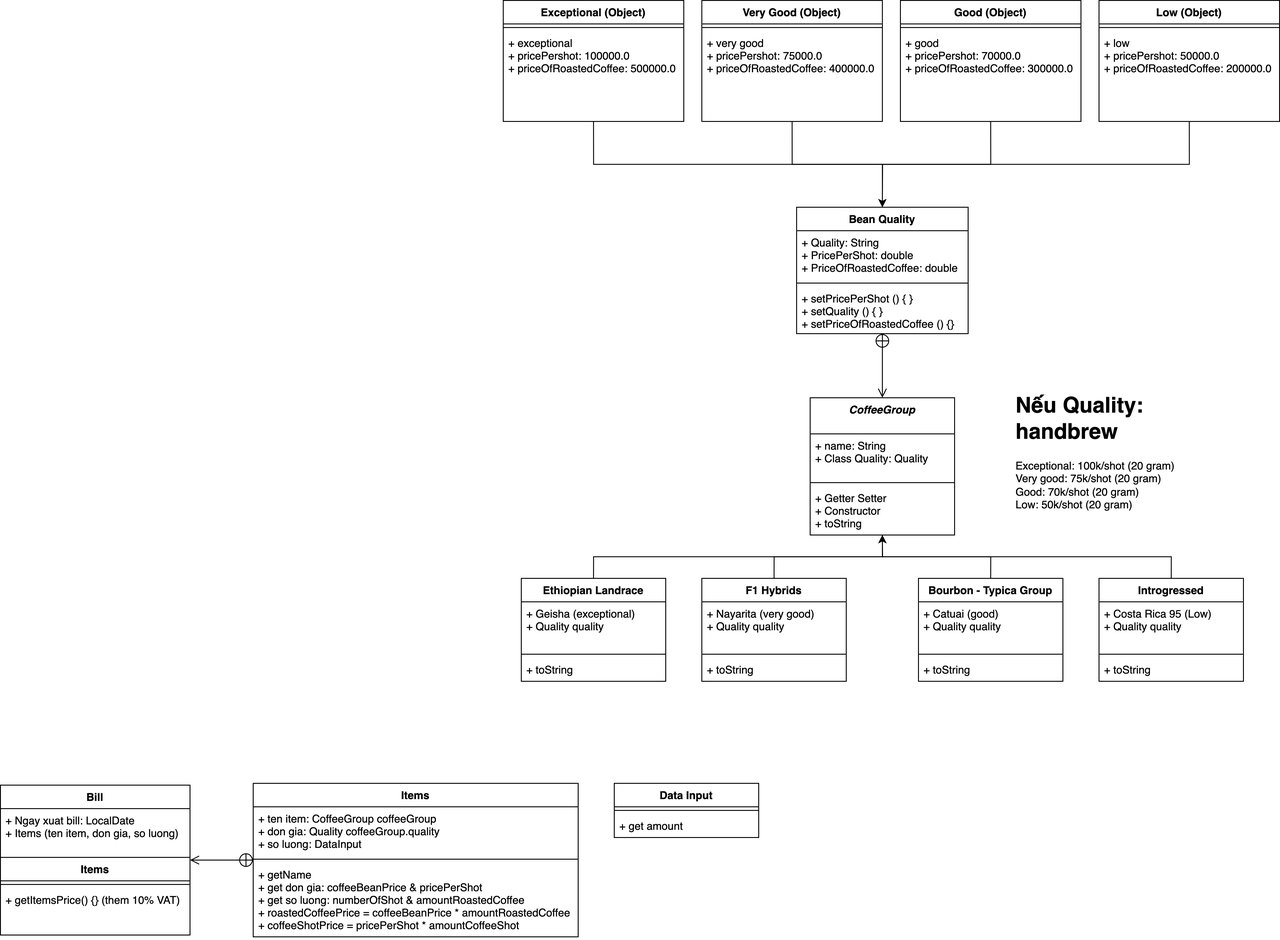
Above: CaseStudyMD2.png in minhtuan1610/MD2-Case-Study (draw.io), before the change. Source tidied: cells renumbered, new cells last; positions are measured from the earlier drawing's top-left corner, leaving out a move shared by most shapes.
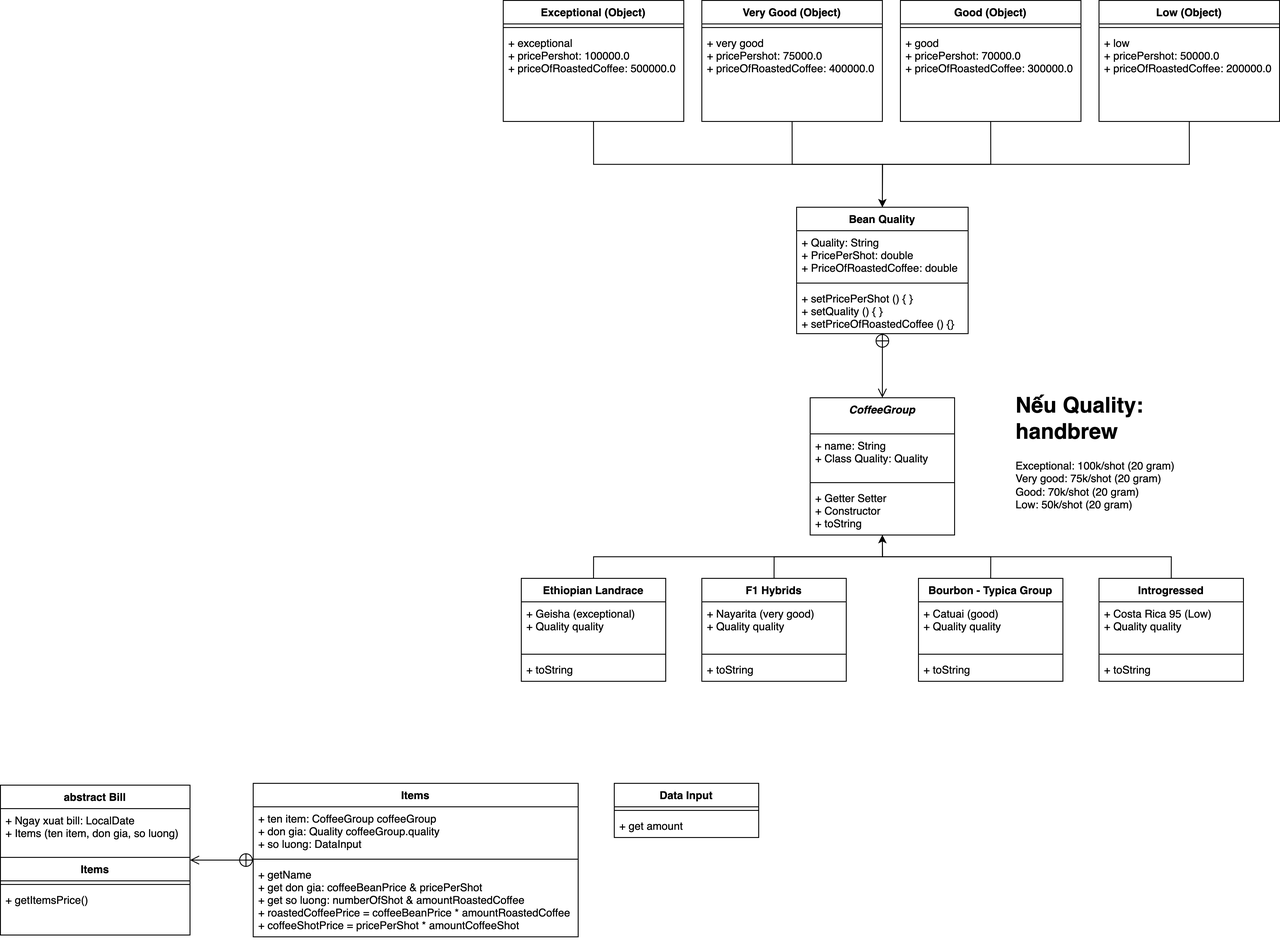
Later version of the same file.

Commit message:
design class Bill and Test

The edit, as a diff of the source:
```diff
@@ -149,7 +149,7 @@
     <mxCell id="50" value="+ get amount" style="text;strokeColor=none;fillColor=none;align=left;verticalAlign=top;spacingLeft=4;spacingRight=4;overflow=hidden;" parent="48" vertex="1">
       <mxGeometry y="34" width="160" height="26" as="geometry" />
     </mxCell>
-    <mxCell id="51" value="Bill" style="swimlane;fontStyle=1;align=center;verticalAlign=top;horizontal=1;startSize=26;" parent="1" vertex="1">
+    <mxCell id="51" value="abstract Bill" style="swimlane;fontStyle=1;align=center;verticalAlign=top;horizontal=1;startSize=26;" parent="1" vertex="1">
       <mxGeometry y="869" width="210" height="166" as="geometry" />
     </mxCell>
     <mxCell id="52" value="+ Ngay xuat bill: LocalDate&#10;+ Items (ten item, don gia, so luong)" style="text;strokeColor=none;fillColor=none;align=left;verticalAlign=top;spacingLeft=4;spacingRight=4;overflow=hidden;" parent="51" vertex="1">
@@ -161,7 +161,7 @@
     <mxCell id="54" style="line;strokeWidth=1;fillColor=none;align=left;verticalAlign=middle;spacingTop=-1;spacingLeft=3;spacingRight=3;labelPosition=right;" parent="51" vertex="1">
       <mxGeometry y="106" width="210" height="8" as="geometry" />
     </mxCell>
-    <mxCell id="55" value="+ getItemsPrice() {} (them 10% VAT)" style="text;strokeColor=none;fillColor=none;align=left;verticalAlign=top;spacingLeft=4;spacingRight=4;overflow=hidden;" parent="51" vertex="1">
+    <mxCell id="55" value="+ getItemsPrice()" style="text;strokeColor=none;fillColor=none;align=left;verticalAlign=top;spacingLeft=4;spacingRight=4;overflow=hidden;" parent="51" vertex="1">
       <mxGeometry y="114" width="210" height="52" as="geometry" />
     </mxCell>
     <mxCell id="56" style="endArrow=open;startArrow=circlePlus;endFill=0;startFill=0;endSize=8;html=1;rounded=0;entryX=1;entryY=0.5;entryDx=0;entryDy=0;exitX=0;exitY=0.5;exitDx=0;exitDy=0;" parent="1" edge="1" source="57" target="51">
```
